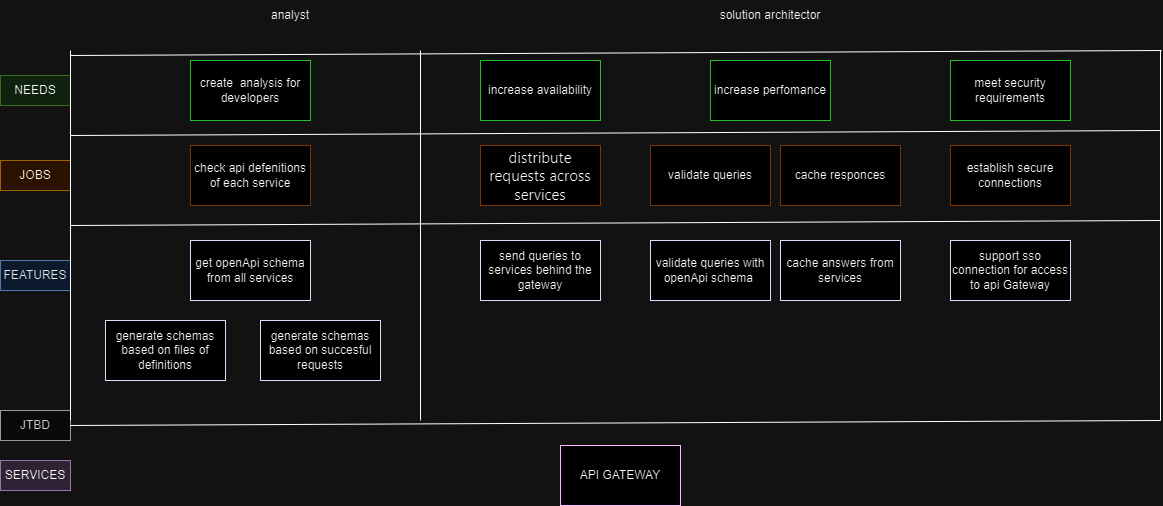
This is storyMap.png from laym0n/vr, a draw.io export, as it was before one commit. Source tidied: cells renumbered, new cells last; positions are measured from the earlier drawing's top-left corner, leaving out a move shared by most shapes. Source of this version:
```xml
<mxGraphModel>
  <root>
    <mxCell id="0" />
    <mxCell id="1" parent="0" />
    <mxCell id="2" value="create&amp;nbsp; analysis for developers" style="rounded=0;whiteSpace=wrap;html=1;strokeColor=#009900;" parent="1" vertex="1">
      <mxGeometry x="190" y="60" width="120" height="60" as="geometry" />
    </mxCell>
    <mxCell id="3" value="NEEDS" style="text;html=1;align=center;verticalAlign=middle;whiteSpace=wrap;rounded=0;fillColor=#d5e8d4;strokeColor=#82b366;" parent="1" vertex="1">
      <mxGeometry y="75" width="70" height="30" as="geometry" />
    </mxCell>
    <mxCell id="4" value="check api defenitions of each service" style="rounded=0;whiteSpace=wrap;html=1;strokeColor=#FFB570;" parent="1" vertex="1">
      <mxGeometry x="190" y="145" width="120" height="60" as="geometry" />
    </mxCell>
    <mxCell id="5" value="&lt;font color=&quot;#1a1a1a&quot;&gt;FEATURES&lt;/font&gt;" style="text;html=1;align=center;verticalAlign=middle;whiteSpace=wrap;rounded=0;fillColor=#dae8fc;strokeColor=#6c8ebf;" parent="1" vertex="1">
      <mxGeometry y="260" width="70" height="30" as="geometry" />
    </mxCell>
    <mxCell id="6" value="&lt;span style=&quot;font-family: system-ui, -apple-system, &amp;quot;system-ui&amp;quot;, Roboto, &amp;quot;Apple Color Emoji&amp;quot;, &amp;quot;Helvetica Neue&amp;quot;, sans-serif; font-size: 15px; text-align: start; white-space-collapse: preserve; background-color: rgb(255, 255, 255);&quot;&gt;distribute requests across services&lt;/span&gt;" style="rounded=0;whiteSpace=wrap;html=1;strokeColor=#FFB570;" parent="1" vertex="1">
      <mxGeometry x="480" y="145" width="120" height="60" as="geometry" />
    </mxCell>
    <mxCell id="7" style="endArrow=none;html=1;rounded=0;" parent="1" edge="1">
      <mxGeometry relative="1" as="geometry">
        <mxPoint x="420" y="420" as="sourcePoint" />
        <mxPoint x="420" y="50" as="targetPoint" />
      </mxGeometry>
    </mxCell>
    <mxCell id="8" value="JOBS" style="text;html=1;align=center;verticalAlign=middle;whiteSpace=wrap;rounded=0;fillColor=#ffe6cc;strokeColor=#d79b00;" parent="1" vertex="1">
      <mxGeometry y="160" width="70" height="30" as="geometry" />
    </mxCell>
    <mxCell id="9" value="generate schemas based on files of definitions" style="rounded=0;whiteSpace=wrap;html=1;strokeColor=#0000FF;" parent="1" vertex="1">
      <mxGeometry x="105" y="320" width="120" height="60" as="geometry" />
    </mxCell>
    <mxCell id="10" value="validate queries" style="rounded=0;whiteSpace=wrap;html=1;strokeColor=#FFB570;" parent="1" vertex="1">
      <mxGeometry x="650" y="145" width="120" height="60" as="geometry" />
    </mxCell>
    <mxCell id="11" value="send queries to services behind the gateway" style="rounded=0;whiteSpace=wrap;html=1;strokeColor=#0000FF;" parent="1" vertex="1">
      <mxGeometry x="480" y="240" width="120" height="60" as="geometry" />
    </mxCell>
    <mxCell id="12" value="cache answers from services" style="rounded=0;whiteSpace=wrap;html=1;strokeColor=#0000FF;" parent="1" vertex="1">
      <mxGeometry x="780" y="240" width="120" height="60" as="geometry" />
    </mxCell>
    <mxCell id="13" value="support sso connection for access to api Gateway" style="rounded=0;whiteSpace=wrap;html=1;strokeColor=#0000FF;" parent="1" vertex="1">
      <mxGeometry x="950" y="240" width="120" height="60" as="geometry" />
    </mxCell>
    <mxCell id="14" value="JTBD" style="text;html=1;align=center;verticalAlign=middle;whiteSpace=wrap;rounded=0;fillColor=#f5f5f5;fontColor=#333333;strokeColor=#666666;" parent="1" vertex="1">
      <mxGeometry y="410" width="70" height="30" as="geometry" />
    </mxCell>
    <mxCell id="15" style="endArrow=none;html=1;rounded=0;exitX=1;exitY=0.5;exitDx=0;exitDy=0;" parent="1" edge="1" source="14">
      <mxGeometry relative="1" as="geometry">
        <mxPoint x="1160" y="420" as="targetPoint" />
      </mxGeometry>
    </mxCell>
    <mxCell id="16" value="get openApi schema from all services" style="rounded=0;whiteSpace=wrap;html=1;strokeColor=#0000FF;" parent="1" vertex="1">
      <mxGeometry x="190" y="240" width="120" height="60" as="geometry" />
    </mxCell>
    <mxCell id="17" value="analyst" style="text;html=1;align=center;verticalAlign=middle;whiteSpace=wrap;rounded=0;" parent="1" vertex="1">
      <mxGeometry x="225" width="130" height="30" as="geometry" />
    </mxCell>
    <mxCell id="18" value="solution architector" style="text;html=1;align=center;verticalAlign=middle;whiteSpace=wrap;rounded=0;" parent="1" vertex="1">
      <mxGeometry x="705" width="130" height="30" as="geometry" />
    </mxCell>
    <mxCell id="19" value="increase availability" style="rounded=0;whiteSpace=wrap;html=1;strokeColor=#009900;" parent="1" vertex="1">
      <mxGeometry x="480" y="60" width="120" height="60" as="geometry" />
    </mxCell>
    <mxCell id="20" style="endArrow=none;html=1;rounded=0;" parent="1" edge="1">
      <mxGeometry relative="1" as="geometry">
        <mxPoint x="1160" y="420" as="sourcePoint" />
        <mxPoint x="1160" y="50" as="targetPoint" />
      </mxGeometry>
    </mxCell>
    <mxCell id="21" style="endArrow=none;html=1;rounded=0;" parent="1" edge="1">
      <mxGeometry relative="1" as="geometry">
        <mxPoint x="70" y="135" as="sourcePoint" />
        <mxPoint x="1160" y="130" as="targetPoint" />
      </mxGeometry>
    </mxCell>
    <mxCell id="22" value="increase perfomance" style="rounded=0;whiteSpace=wrap;html=1;strokeColor=#009900;" parent="1" vertex="1">
      <mxGeometry x="710" y="60" width="120" height="60" as="geometry" />
    </mxCell>
    <mxCell id="23" value="cache responces" style="rounded=0;whiteSpace=wrap;html=1;strokeColor=#FFB570;" parent="1" vertex="1">
      <mxGeometry x="780" y="145" width="120" height="60" as="geometry" />
    </mxCell>
    <mxCell id="24" style="endArrow=none;html=1;rounded=0;" parent="1" edge="1">
      <mxGeometry relative="1" as="geometry">
        <mxPoint x="70" y="225" as="sourcePoint" />
        <mxPoint x="1160" y="220" as="targetPoint" />
      </mxGeometry>
    </mxCell>
    <mxCell id="25" value="meet security requirements" style="rounded=0;whiteSpace=wrap;html=1;strokeColor=#009900;" parent="1" vertex="1">
      <mxGeometry x="950" y="60" width="120" height="60" as="geometry" />
    </mxCell>
    <mxCell id="26" value="validate queries with openApi schema&amp;nbsp;" style="rounded=0;whiteSpace=wrap;html=1;strokeColor=#0000FF;" parent="1" vertex="1">
      <mxGeometry x="650" y="240" width="120" height="60" as="geometry" />
    </mxCell>
    <mxCell id="27" value="&lt;div&gt;establish secure connections&lt;/div&gt;" style="rounded=0;whiteSpace=wrap;html=1;strokeColor=#FFB570;" parent="1" vertex="1">
      <mxGeometry x="950" y="145" width="120" height="60" as="geometry" />
    </mxCell>
    <mxCell id="28" value="API GATEWAY" style="rounded=0;whiteSpace=wrap;html=1;strokeColor=#6600CC;" parent="1" vertex="1">
      <mxGeometry x="560" y="445" width="120" height="60" as="geometry" />
    </mxCell>
    <mxCell id="29" value="SERVICES" style="text;html=1;align=center;verticalAlign=middle;whiteSpace=wrap;rounded=0;fillColor=#e1d5e7;strokeColor=#9673a6;" parent="1" vertex="1">
      <mxGeometry y="460" width="70" height="30" as="geometry" />
    </mxCell>
    <mxCell id="30" style="endArrow=none;html=1;rounded=0;" parent="1" edge="1">
      <mxGeometry relative="1" as="geometry">
        <mxPoint x="70" y="55" as="sourcePoint" />
        <mxPoint x="1161" y="50" as="targetPoint" />
      </mxGeometry>
    </mxCell>
    <mxCell id="31" style="endArrow=none;html=1;rounded=0;" parent="1" edge="1">
      <mxGeometry relative="1" as="geometry">
        <mxPoint x="70" y="420" as="sourcePoint" />
        <mxPoint x="70" y="50" as="targetPoint" />
      </mxGeometry>
    </mxCell>
    <mxCell id="32" value="generate schemas based on succesful requests" style="rounded=0;whiteSpace=wrap;html=1;strokeColor=#0000FF;" parent="1" vertex="1">
      <mxGeometry x="260" y="320" width="120" height="60" as="geometry" />
    </mxCell>
  </root>
</mxGraphModel>
```
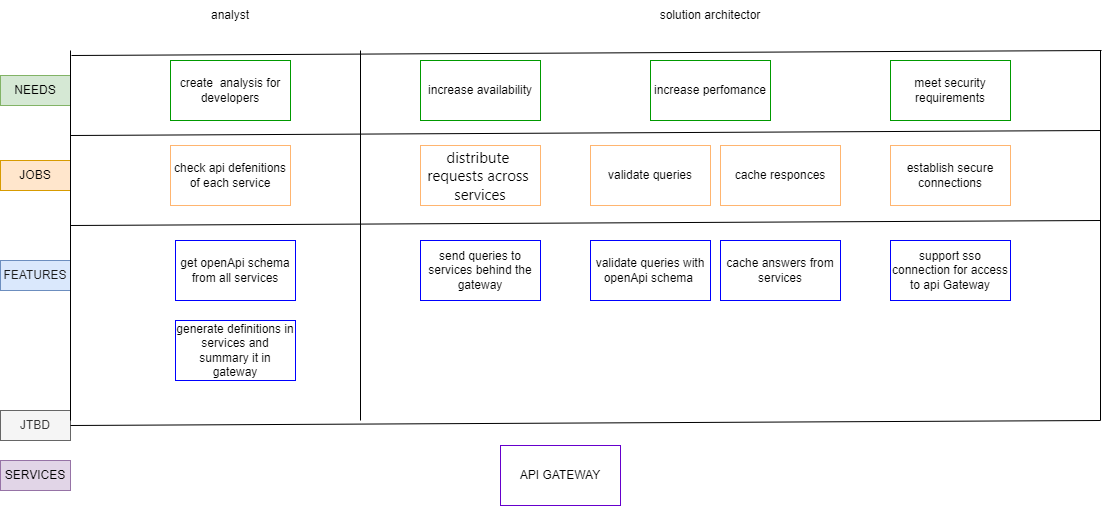
After the change.

Diff of the diagram source:
```diff
@@ -3,16 +3,16 @@
     <mxCell id="0" />
     <mxCell id="1" parent="0" />
     <mxCell id="2" value="create&amp;nbsp; analysis for developers" style="rounded=0;whiteSpace=wrap;html=1;strokeColor=#009900;" parent="1" vertex="1">
-      <mxGeometry x="190" y="60" width="120" height="60" as="geometry" />
+      <mxGeometry x="230" y="60" width="120" height="60" as="geometry" />
     </mxCell>
     <mxCell id="3" value="NEEDS" style="text;html=1;align=center;verticalAlign=middle;whiteSpace=wrap;rounded=0;fillColor=#d5e8d4;strokeColor=#82b366;" parent="1" vertex="1">
-      <mxGeometry y="75" width="70" height="30" as="geometry" />
+      <mxGeometry x="60" y="75" width="70" height="30" as="geometry" />
     </mxCell>
     <mxCell id="4" value="check api defenitions of each service" style="rounded=0;whiteSpace=wrap;html=1;strokeColor=#FFB570;" parent="1" vertex="1">
-      <mxGeometry x="190" y="145" width="120" height="60" as="geometry" />
+      <mxGeometry x="230" y="145" width="120" height="60" as="geometry" />
     </mxCell>
     <mxCell id="5" value="&lt;font color=&quot;#1a1a1a&quot;&gt;FEATURES&lt;/font&gt;" style="text;html=1;align=center;verticalAlign=middle;whiteSpace=wrap;rounded=0;fillColor=#dae8fc;strokeColor=#6c8ebf;" parent="1" vertex="1">
-      <mxGeometry y="260" width="70" height="30" as="geometry" />
+      <mxGeometry x="60" y="260" width="70" height="30" as="geometry" />
     </mxCell>
     <mxCell id="6" value="&lt;span style=&quot;font-family: system-ui, -apple-system, &amp;quot;system-ui&amp;quot;, Roboto, &amp;quot;Apple Color Emoji&amp;quot;, &amp;quot;Helvetica Neue&amp;quot;, sans-serif; font-size: 15px; text-align: start; white-space-collapse: preserve; background-color: rgb(255, 255, 255);&quot;&gt;distribute requests across services&lt;/span&gt;" style="rounded=0;whiteSpace=wrap;html=1;strokeColor=#FFB570;" parent="1" vertex="1">
       <mxGeometry x="480" y="145" width="120" height="60" as="geometry" />
@@ -24,10 +24,10 @@
       </mxGeometry>
     </mxCell>
     <mxCell id="8" value="JOBS" style="text;html=1;align=center;verticalAlign=middle;whiteSpace=wrap;rounded=0;fillColor=#ffe6cc;strokeColor=#d79b00;" parent="1" vertex="1">
-      <mxGeometry y="160" width="70" height="30" as="geometry" />
+      <mxGeometry x="60" y="160" width="70" height="30" as="geometry" />
     </mxCell>
-    <mxCell id="9" value="generate schemas based on files of definitions" style="rounded=0;whiteSpace=wrap;html=1;strokeColor=#0000FF;" parent="1" vertex="1">
-      <mxGeometry x="105" y="320" width="120" height="60" as="geometry" />
+    <mxCell id="9" value="generate definitions in services and summary it in gateway" style="rounded=0;whiteSpace=wrap;html=1;strokeColor=#0000FF;" parent="1" vertex="1">
+      <mxGeometry x="235" y="320" width="120" height="60" as="geometry" />
     </mxCell>
     <mxCell id="10" value="validate queries" style="rounded=0;whiteSpace=wrap;html=1;strokeColor=#FFB570;" parent="1" vertex="1">
       <mxGeometry x="650" y="145" width="120" height="60" as="geometry" />
@@ -42,7 +42,7 @@
       <mxGeometry x="950" y="240" width="120" height="60" as="geometry" />
     </mxCell>
     <mxCell id="14" value="JTBD" style="text;html=1;align=center;verticalAlign=middle;whiteSpace=wrap;rounded=0;fillColor=#f5f5f5;fontColor=#333333;strokeColor=#666666;" parent="1" vertex="1">
-      <mxGeometry y="410" width="70" height="30" as="geometry" />
+      <mxGeometry x="60" y="410" width="70" height="30" as="geometry" />
     </mxCell>
     <mxCell id="15" style="endArrow=none;html=1;rounded=0;exitX=1;exitY=0.5;exitDx=0;exitDy=0;" parent="1" edge="1" source="14">
       <mxGeometry relative="1" as="geometry">
@@ -50,7 +50,7 @@
       </mxGeometry>
     </mxCell>
     <mxCell id="16" value="get openApi schema from all services" style="rounded=0;whiteSpace=wrap;html=1;strokeColor=#0000FF;" parent="1" vertex="1">
-      <mxGeometry x="190" y="240" width="120" height="60" as="geometry" />
+      <mxGeometry x="235" y="240" width="120" height="60" as="geometry" />
     </mxCell>
     <mxCell id="17" value="analyst" style="text;html=1;align=center;verticalAlign=middle;whiteSpace=wrap;rounded=0;" parent="1" vertex="1">
       <mxGeometry x="225" width="130" height="30" as="geometry" />
@@ -67,9 +67,9 @@
         <mxPoint x="1160" y="50" as="targetPoint" />
       </mxGeometry>
     </mxCell>
-    <mxCell id="21" style="endArrow=none;html=1;rounded=0;" parent="1" edge="1">
+    <mxCell id="21" style="endArrow=none;html=1;rounded=0;exitX=1;exitY=0.5;exitDx=0;exitDy=0;" parent="1" edge="1">
       <mxGeometry relative="1" as="geometry">
-        <mxPoint x="70" y="135" as="sourcePoint" />
+        <mxPoint x="130" y="135" as="sourcePoint" />
         <mxPoint x="1160" y="130" as="targetPoint" />
       </mxGeometry>
     </mxCell>
@@ -79,9 +79,9 @@
     <mxCell id="23" value="cache responces" style="rounded=0;whiteSpace=wrap;html=1;strokeColor=#FFB570;" parent="1" vertex="1">
       <mxGeometry x="780" y="145" width="120" height="60" as="geometry" />
     </mxCell>
-    <mxCell id="24" style="endArrow=none;html=1;rounded=0;" parent="1" edge="1">
+    <mxCell id="24" style="endArrow=none;html=1;rounded=0;exitX=1;exitY=0.5;exitDx=0;exitDy=0;" parent="1" edge="1">
       <mxGeometry relative="1" as="geometry">
-        <mxPoint x="70" y="225" as="sourcePoint" />
+        <mxPoint x="130" y="225" as="sourcePoint" />
         <mxPoint x="1160" y="220" as="targetPoint" />
       </mxGeometry>
     </mxCell>
@@ -98,22 +98,19 @@
       <mxGeometry x="560" y="445" width="120" height="60" as="geometry" />
     </mxCell>
     <mxCell id="29" value="SERVICES" style="text;html=1;align=center;verticalAlign=middle;whiteSpace=wrap;rounded=0;fillColor=#e1d5e7;strokeColor=#9673a6;" parent="1" vertex="1">
-      <mxGeometry y="460" width="70" height="30" as="geometry" />
+      <mxGeometry x="60" y="460" width="70" height="30" as="geometry" />
     </mxCell>
-    <mxCell id="30" style="endArrow=none;html=1;rounded=0;" parent="1" edge="1">
+    <mxCell id="30" style="endArrow=none;html=1;rounded=0;exitX=1;exitY=0.5;exitDx=0;exitDy=0;" parent="1" edge="1">
       <mxGeometry relative="1" as="geometry">
-        <mxPoint x="70" y="55" as="sourcePoint" />
+        <mxPoint x="131" y="55" as="sourcePoint" />
         <mxPoint x="1161" y="50" as="targetPoint" />
       </mxGeometry>
     </mxCell>
     <mxCell id="31" style="endArrow=none;html=1;rounded=0;" parent="1" edge="1">
       <mxGeometry relative="1" as="geometry">
-        <mxPoint x="70" y="420" as="sourcePoint" />
-        <mxPoint x="70" y="50" as="targetPoint" />
+        <mxPoint x="130" y="420" as="sourcePoint" />
+        <mxPoint x="130" y="50" as="targetPoint" />
       </mxGeometry>
     </mxCell>
-    <mxCell id="32" value="generate schemas based on succesful requests" style="rounded=0;whiteSpace=wrap;html=1;strokeColor=#0000FF;" parent="1" vertex="1">
-      <mxGeometry x="260" y="320" width="120" height="60" as="geometry" />
-    </mxCell>
   </root>
 </mxGraphModel>
```
